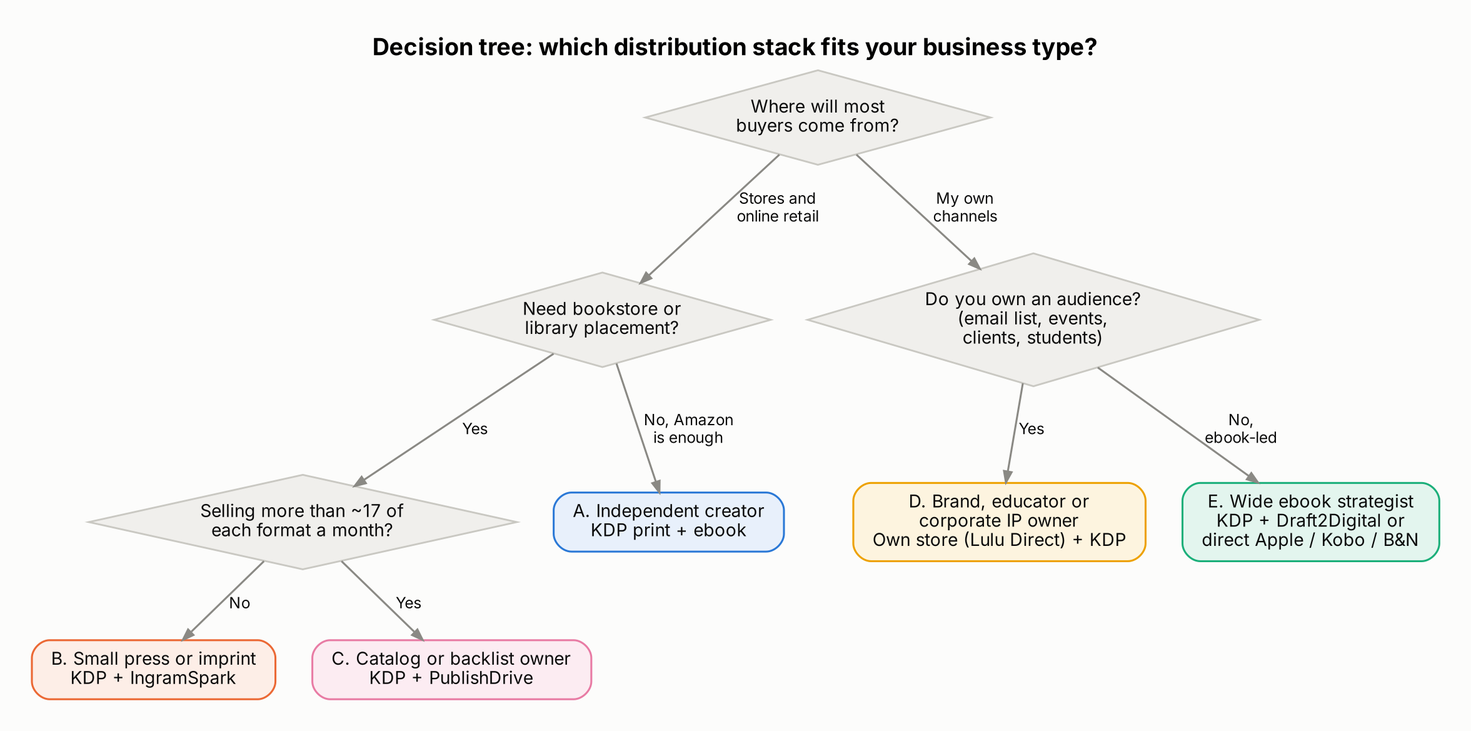
Before: docs/assets/diagrams/d2_vertical_decision_tree.png, a diagram exported from Graphviz (ShamarRobinson/ip-distribution-decision-verticals). Its source is kept beside it as diagrams/d2_vertical_decision_tree.dot. Source of this version:
```dot
digraph G { rankdir=TB; bgcolor="#fcfcfb"; pad=0.3; nodesep=0.35; ranksep=0.5;
labelloc=t; label=<<b>Decision tree: which distribution stack fits your business type?</b>>; fontname="Inter"; fontsize=16;
node [fontname="Inter", fontsize=12, penwidth=1.3]; edge [fontname="Inter", fontsize=10.5, arrowsize=0.75];
q1 [label="Where will most
buyers come from?", shape=diamond, style=filled, fillcolor="#f0efec", color="#c9c8c2", fontcolor="#0b0b0b", margin="0.04,0.04", penwidth=1.2];
q2 [label="Need bookstore or
library placement?", shape=diamond, style=filled, fillcolor="#f0efec", color="#c9c8c2", fontcolor="#0b0b0b", margin="0.04,0.04", penwidth=1.2];
q3 [label="Selling more than ~17 of
each format a month?", shape=diamond, style=filled, fillcolor="#f0efec", color="#c9c8c2", fontcolor="#0b0b0b", margin="0.04,0.04", penwidth=1.2];
q4 [label="Do you own an audience?
(email list, events,
clients, students)", shape=diamond, style=filled, fillcolor="#f0efec", color="#c9c8c2", fontcolor="#0b0b0b", margin="0.04,0.04", penwidth=1.2];
A [label="A. Independent creator
KDP print + ebook", shape=box, style="rounded,filled", fillcolor="#e8f0fb", color="#2a78d6", fontcolor="#0b0b0b", margin="0.18,0.1", penwidth=1.3];
B [label="B. Small press or imprint
KDP + IngramSpark", shape=box, style="rounded,filled", fillcolor="#fdeee7", color="#eb6834", fontcolor="#0b0b0b", margin="0.18,0.1", penwidth=1.3];
C [label="C. Catalog or backlist owner
KDP + PublishDrive", shape=box, style="rounded,filled", fillcolor="#fcecf2", color="#e87ba4", fontcolor="#0b0b0b", margin="0.18,0.1", penwidth=1.3];
D [label="D. Brand, educator or
corporate IP owner
Own store (Lulu Direct) + KDP", shape=box, style="rounded,filled", fillcolor="#fdf4df", color="#eda100", fontcolor="#0b0b0b", margin="0.18,0.1", penwidth=1.3];
E [label="E. Wide ebook strategist
KDP + Draft2Digital or
direct Apple / Kobo / B&N", shape=box, style="rounded,filled", fillcolor="#e3f5ee", color="#1baf7a", fontcolor="#0b0b0b", margin="0.18,0.1", penwidth=1.3];
q1 -> q2 [label="Stores and
online retail", color="#8a8984", fontcolor="#0b0b0b", penwidth=1.3];
q1 -> q4 [label="My own
channels", color="#8a8984", fontcolor="#0b0b0b", penwidth=1.3];
q2 -> A [label="No, Amazon
is enough", color="#8a8984", fontcolor="#0b0b0b", penwidth=1.3];
q2 -> q3 [label="Yes", color="#8a8984", fontcolor="#0b0b0b", penwidth=1.3];
q3 -> B [label="No", color="#8a8984", fontcolor="#0b0b0b", penwidth=1.3];
q3 -> C [label="Yes", color="#8a8984", fontcolor="#0b0b0b", penwidth=1.3];
q4 -> D [label="Yes", color="#8a8984", fontcolor="#0b0b0b", penwidth=1.3];
q4 -> E [label="No,
ebook-led", color="#8a8984", fontcolor="#0b0b0b", penwidth=1.3];
}
```
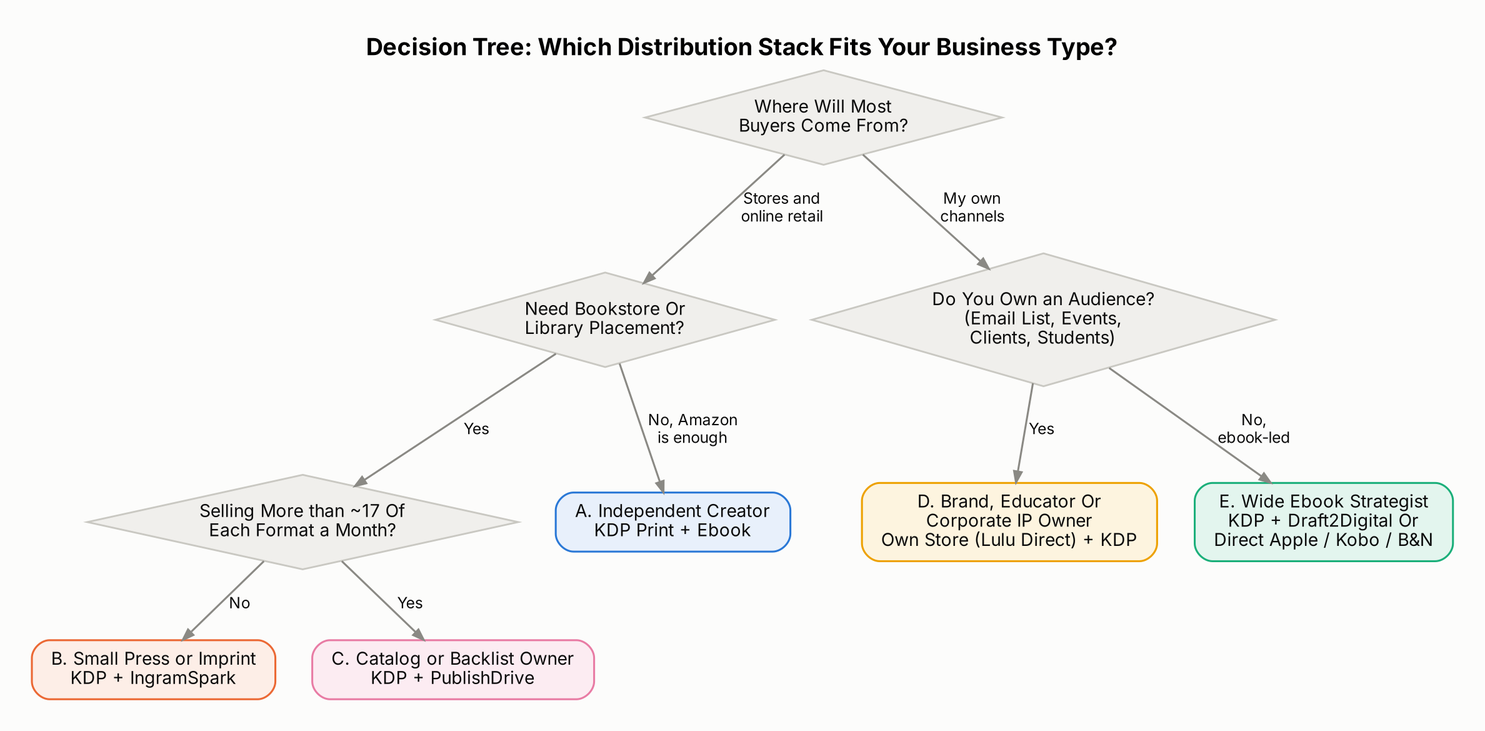
After the commit.

Diff of the diagram source:
```diff
@@ -1,27 +1,27 @@
 digraph G { rankdir=TB; bgcolor="#fcfcfb"; pad=0.3; nodesep=0.35; ranksep=0.5;
-labelloc=t; label=<<b>Decision tree: which distribution stack fits your business type?</b>>; fontname="Inter"; fontsize=16;
+labelloc=t; label=<<b>Decision Tree: Which Distribution Stack Fits Your Business Type?</b>>; fontname="Inter"; fontsize=16;
 node [fontname="Inter", fontsize=12, penwidth=1.3]; edge [fontname="Inter", fontsize=10.5, arrowsize=0.75];
-q1 [label="Where will most
-buyers come from?", shape=diamond, style=filled, fillcolor="#f0efec", color="#c9c8c2", fontcolor="#0b0b0b", margin="0.04,0.04", penwidth=1.2];
-q2 [label="Need bookstore or
-library placement?", shape=diamond, style=filled, fillcolor="#f0efec", color="#c9c8c2", fontcolor="#0b0b0b", margin="0.04,0.04", penwidth=1.2];
-q3 [label="Selling more than ~17 of
-each format a month?", shape=diamond, style=filled, fillcolor="#f0efec", color="#c9c8c2", fontcolor="#0b0b0b", margin="0.04,0.04", penwidth=1.2];
-q4 [label="Do you own an audience?
-(email list, events,
-clients, students)", shape=diamond, style=filled, fillcolor="#f0efec", color="#c9c8c2", fontcolor="#0b0b0b", margin="0.04,0.04", penwidth=1.2];
-A [label="A. Independent creator
-KDP print + ebook", shape=box, style="rounded,filled", fillcolor="#e8f0fb", color="#2a78d6", fontcolor="#0b0b0b", margin="0.18,0.1", penwidth=1.3];
-B [label="B. Small press or imprint
+q1 [label="Where Will Most
+Buyers Come From?", shape=diamond, style=filled, fillcolor="#f0efec", color="#c9c8c2", fontcolor="#0b0b0b", margin="0.04,0.04", penwidth=1.2];
+q2 [label="Need Bookstore Or
+Library Placement?", shape=diamond, style=filled, fillcolor="#f0efec", color="#c9c8c2", fontcolor="#0b0b0b", margin="0.04,0.04", penwidth=1.2];
+q3 [label="Selling More than ~17 Of
+Each Format a Month?", shape=diamond, style=filled, fillcolor="#f0efec", color="#c9c8c2", fontcolor="#0b0b0b", margin="0.04,0.04", penwidth=1.2];
+q4 [label="Do You Own an Audience?
+(Email List, Events,
+Clients, Students)", shape=diamond, style=filled, fillcolor="#f0efec", color="#c9c8c2", fontcolor="#0b0b0b", margin="0.04,0.04", penwidth=1.2];
+A [label="A. Independent Creator
+KDP Print + Ebook", shape=box, style="rounded,filled", fillcolor="#e8f0fb", color="#2a78d6", fontcolor="#0b0b0b", margin="0.18,0.1", penwidth=1.3];
+B [label="B. Small Press or Imprint
 KDP + IngramSpark", shape=box, style="rounded,filled", fillcolor="#fdeee7", color="#eb6834", fontcolor="#0b0b0b", margin="0.18,0.1", penwidth=1.3];
-C [label="C. Catalog or backlist owner
+C [label="C. Catalog or Backlist Owner
 KDP + PublishDrive", shape=box, style="rounded,filled", fillcolor="#fcecf2", color="#e87ba4", fontcolor="#0b0b0b", margin="0.18,0.1", penwidth=1.3];
-D [label="D. Brand, educator or
-corporate IP owner
-Own store (Lulu Direct) + KDP", shape=box, style="rounded,filled", fillcolor="#fdf4df", color="#eda100", fontcolor="#0b0b0b", margin="0.18,0.1", penwidth=1.3];
-E [label="E. Wide ebook strategist
-KDP + Draft2Digital or
-direct Apple / Kobo / B&N", shape=box, style="rounded,filled", fillcolor="#e3f5ee", color="#1baf7a", fontcolor="#0b0b0b", margin="0.18,0.1", penwidth=1.3];
+D [label="D. Brand, Educator Or
+Corporate IP Owner
+Own Store (Lulu Direct) + KDP", shape=box, style="rounded,filled", fillcolor="#fdf4df", color="#eda100", fontcolor="#0b0b0b", margin="0.18,0.1", penwidth=1.3];
+E [label="E. Wide Ebook Strategist
+KDP + Draft2Digital Or
+Direct Apple / Kobo / B&N", shape=box, style="rounded,filled", fillcolor="#e3f5ee", color="#1baf7a", fontcolor="#0b0b0b", margin="0.18,0.1", penwidth=1.3];
 q1 -> q2 [label="Stores and
 online retail", color="#8a8984", fontcolor="#0b0b0b", penwidth=1.3];
 q1 -> q4 [label="My own
```
